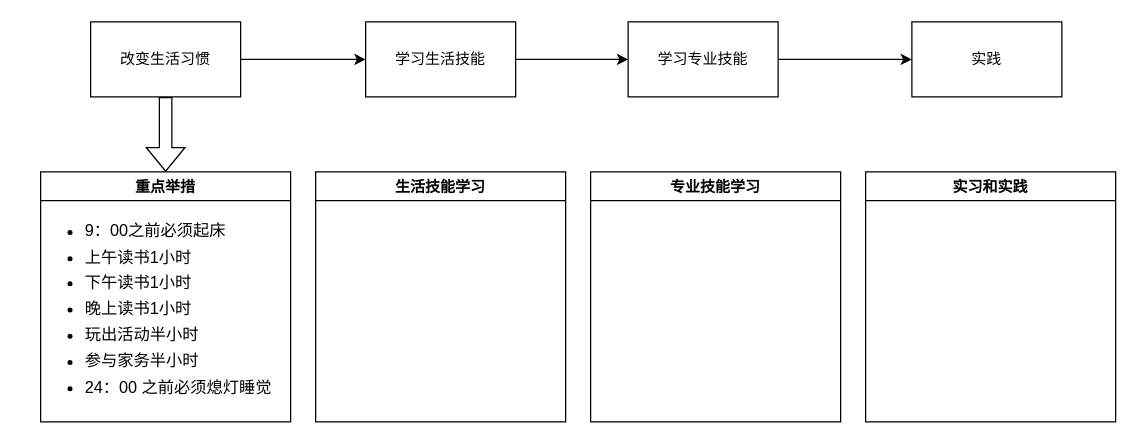
Earlier version of the draw.io diagram family/how-to-help-kids-future.drawio (q30china/draw). Source tidied: cells renumbered, new cells numbered last; positions are measured from the earlier drawing's top-left corner, leaving out a move shared by most shapes. Both pictures are drawn from the tidied source at 125%, with x=0, y=0 at pixel (21, 21).
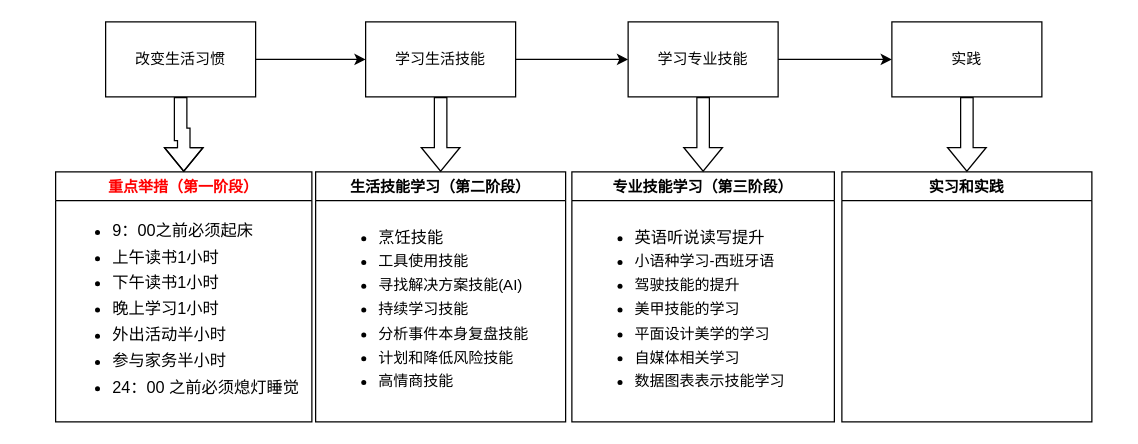
The same diagram, later.

The change refers to these unchanged cells:
```xml
<mxCell id="4" style="group;" parent="1" vertex="1">
  <mxGeometry x="65" width="700" height="60" as="geometry" />
</mxCell>
<mxCell id="8" value="学习生活技能" style="rounded=0;whiteSpace=wrap;html=1;" parent="4" vertex="1">
  <mxGeometry x="210" width="120" height="60" as="geometry" />
</mxCell>
<mxCell id="9" value="学习专业技能" style="rounded=0;whiteSpace=wrap;html=1;" parent="4" vertex="1">
  <mxGeometry x="420" width="120" height="60" as="geometry" />
</mxCell>
```

Diff of the diagram source:
```diff
@@
-    <mxCell id="2" value="重点举措" style="swimlane;" parent="1" vertex="1">
-      <mxGeometry x="15" y="120" width="200" height="200" as="geometry" />
+    <mxCell id="2" value="重点举措（第一阶段）" style="swimlane;fontColor=#FF0000;" parent="1" vertex="1">
+      <mxGeometry x="27" y="120" width="205" height="200" as="geometry" />
     </mxCell>
-    <mxCell id="3" value="&lt;div style=&quot;line-height: 160%;&quot;&gt;&lt;div style=&quot;text-align: left;&quot;&gt;&lt;ul&gt;&lt;li&gt;&lt;font style=&quot;line-height: 160%; font-size: 13px;&quot;&gt;9：00之前必须起床&lt;/font&gt;&lt;/li&gt;&lt;li&gt;&lt;font style=&quot;line-height: 160%; font-size: 13px;&quot;&gt;上午读书1小时&lt;/font&gt;&lt;/li&gt;&lt;li&gt;&lt;font style=&quot;line-height: 160%; font-size: 13px;&quot;&gt;下午读书1小时&lt;/font&gt;&lt;/li&gt;&lt;li&gt;&lt;font style=&quot;line-height: 160%; font-size: 13px;&quot;&gt;晚上读书1小时&lt;/font&gt;&lt;/li&gt;&lt;li&gt;&lt;font style=&quot;line-height: 160%; font-size: 13px;&quot;&gt;玩出活动半小时&lt;/font&gt;&lt;/li&gt;&lt;li&gt;&lt;font style=&quot;line-height: 160%; font-size: 13px;&quot;&gt;参与家务半小时&lt;/font&gt;&lt;/li&gt;&lt;li&gt;&lt;span style=&quot;background-color: transparent; color: light-dark(rgb(0, 0, 0), rgb(255, 255, 255));&quot;&gt;&lt;font style=&quot;line-height: 160%; font-size: 13px;&quot;&gt;24：00 之前必须熄灯睡觉&lt;/font&gt;&lt;/span&gt;&lt;/li&gt;&lt;/ul&gt;&lt;/div&gt;&lt;div&gt;&lt;div&gt;&lt;/div&gt;&lt;/div&gt;&lt;/div&gt;" style="text;html=1;align=center;verticalAlign=middle;strokeColor=none;fillColor=none;" parent="2" vertex="1">
-      <mxGeometry x="-15" y="20" width="210" height="180" as="geometry" />
+    <mxCell id="3" value="&lt;div style=&quot;line-height: 160%;&quot;&gt;&lt;div style=&quot;text-align: left;&quot;&gt;&lt;ul&gt;&lt;li&gt;&lt;font style=&quot;line-height: 160%; font-size: 13px;&quot;&gt;9：00之前必须起床&lt;/font&gt;&lt;/li&gt;&lt;li&gt;&lt;font style=&quot;line-height: 160%; font-size: 13px;&quot;&gt;上午读书1小时&lt;/font&gt;&lt;/li&gt;&lt;li&gt;&lt;font style=&quot;line-height: 160%; font-size: 13px;&quot;&gt;下午读书1小时&lt;/font&gt;&lt;/li&gt;&lt;li&gt;&lt;font style=&quot;line-height: 160%; font-size: 13px;&quot;&gt;晚上学习1小时&lt;/font&gt;&lt;/li&gt;&lt;li&gt;&lt;font style=&quot;line-height: 160%; font-size: 13px;&quot;&gt;外出活动半小时&lt;/font&gt;&lt;/li&gt;&lt;li&gt;&lt;font style=&quot;line-height: 160%; font-size: 13px;&quot;&gt;参与家务半小时&lt;/font&gt;&lt;/li&gt;&lt;li&gt;&lt;span style=&quot;background-color: transparent; color: light-dark(rgb(0, 0, 0), rgb(255, 255, 255));&quot;&gt;&lt;font style=&quot;line-height: 160%; font-size: 13px;&quot;&gt;24：00 之前必须熄灯睡觉&lt;/font&gt;&lt;/span&gt;&lt;/li&gt;&lt;/ul&gt;&lt;/div&gt;&lt;div&gt;&lt;div&gt;&lt;/div&gt;&lt;/div&gt;&lt;/div&gt;" style="text;html=1;align=center;verticalAlign=middle;strokeColor=none;fillColor=none;" parent="2" vertex="1">
+      <mxGeometry x="-5" y="20" width="210" height="180" as="geometry" />
     </mxCell>
@@
     <mxCell id="6" value="改变生活习惯" style="rounded=0;whiteSpace=wrap;html=1;" parent="4" vertex="1">
-      <mxGeometry x="-10" width="120" height="60" as="geometry" />
+      <mxGeometry x="2" width="120" height="60" as="geometry" />
     </mxCell>
@@
-    <mxCell id="10" value="生活技能学习" style="swimlane;" parent="1" vertex="1">
+    <mxCell id="10" value="生活技能学习（第二阶段）" style="swimlane;" parent="1" vertex="1">
       <mxGeometry x="235" y="120" width="200" height="200" as="geometry" />
     </mxCell>
+    <mxCell id="16" value="&lt;div style=&quot;line-height: 160%;&quot;&gt;&lt;div style=&quot;text-align: left;&quot;&gt;&lt;ul&gt;&lt;li&gt;&lt;span style=&quot;font-size: 13px;&quot;&gt;烹饪技能&lt;/span&gt;&lt;/li&gt;&lt;li&gt;工具使用技能&lt;/li&gt;&lt;li&gt;寻找解决方案技能(AI)&lt;/li&gt;&lt;li&gt;持续学习技能&lt;/li&gt;&lt;li&gt;分析事件本身复盘技能&lt;/li&gt;&lt;li&gt;计划和降低风险技能&lt;/li&gt;&lt;li&gt;高情商技能&lt;/li&gt;&lt;/ul&gt;&lt;/div&gt;&lt;div&gt;&lt;div&gt;&lt;/div&gt;&lt;/div&gt;&lt;/div&gt;" style="text;html=1;align=center;verticalAlign=middle;strokeColor=none;fillColor=none;" parent="10" vertex="1">
+      <mxGeometry y="25" width="180" height="170" as="geometry" />
+    </mxCell>
-    <mxCell id="11" value="专业技能学习" style="swimlane;" parent="1" vertex="1">
-      <mxGeometry x="455" y="120" width="200" height="200" as="geometry" />
+    <mxCell id="11" value="专业技能学习（第三阶段）" style="swimlane;" parent="1" vertex="1">
+      <mxGeometry x="440" y="120" width="210" height="200" as="geometry" />
     </mxCell>
+    <mxCell id="17" value="&lt;div style=&quot;line-height: 160%;&quot;&gt;&lt;div style=&quot;text-align: left;&quot;&gt;&lt;ul&gt;&lt;li&gt;&lt;span style=&quot;font-size: 13px;&quot;&gt;英语听说读写提升&lt;/span&gt;&lt;/li&gt;&lt;li&gt;小语种学习-西班牙语&lt;/li&gt;&lt;li&gt;驾驶技能的提升&lt;/li&gt;&lt;li&gt;美甲技能的学习&lt;/li&gt;&lt;li&gt;平面设计美学的学习&lt;/li&gt;&lt;li&gt;自媒体相关学习&lt;/li&gt;&lt;li&gt;数据图表表示技能学习&lt;/li&gt;&lt;/ul&gt;&lt;/div&gt;&lt;div&gt;&lt;div&gt;&lt;/div&gt;&lt;/div&gt;&lt;/div&gt;" style="text;html=1;align=center;verticalAlign=middle;strokeColor=none;fillColor=none;" parent="11" vertex="1">
+      <mxGeometry y="25" width="180" height="170" as="geometry" />
+    </mxCell>
     <mxCell id="12" value="实习和实践" style="swimlane;" parent="1" vertex="1">
-      <mxGeometry x="675" y="120" width="200" height="200" as="geometry" />
+      <mxGeometry x="656" y="120" width="200" height="200" as="geometry" />
     </mxCell>
+    <mxCell id="18" style="edgeStyle=orthogonalEdgeStyle;shape=flexArrow;rounded=0;jettySize=auto;html=1;exitX=0.5;exitY=1;exitDx=0;exitDy=0;entryX=0.5;entryY=0;entryDx=0;entryDy=0;" parent="1" edge="1" source="13" target="12">
+      <mxGeometry relative="1" as="geometry" />
+    </mxCell>
     <mxCell id="13" value="实践" style="rounded=0;whiteSpace=wrap;html=1;" parent="1" vertex="1">
-      <mxGeometry x="712" width="120" height="60" as="geometry" />
+      <mxGeometry x="696" width="120" height="60" as="geometry" />
     </mxCell>
@@
+    <mxCell id="19" style="edgeStyle=orthogonalEdgeStyle;shape=flexArrow;rounded=0;jettySize=auto;html=1;exitX=0.5;exitY=1;exitDx=0;exitDy=0;entryX=0.5;entryY=0;entryDx=0;entryDy=0;" parent="1" edge="1" source="8" target="10">
+      <mxGeometry relative="1" as="geometry" />
+    </mxCell>
+    <mxCell id="20" style="edgeStyle=orthogonalEdgeStyle;shape=flexArrow;rounded=0;jettySize=auto;html=1;exitX=0.5;exitY=1;exitDx=0;exitDy=0;entryX=0.5;entryY=0;entryDx=0;entryDy=0;" parent="1" edge="1" source="9" target="11">
+      <mxGeometry relative="1" as="geometry" />
+    </mxCell>
```
